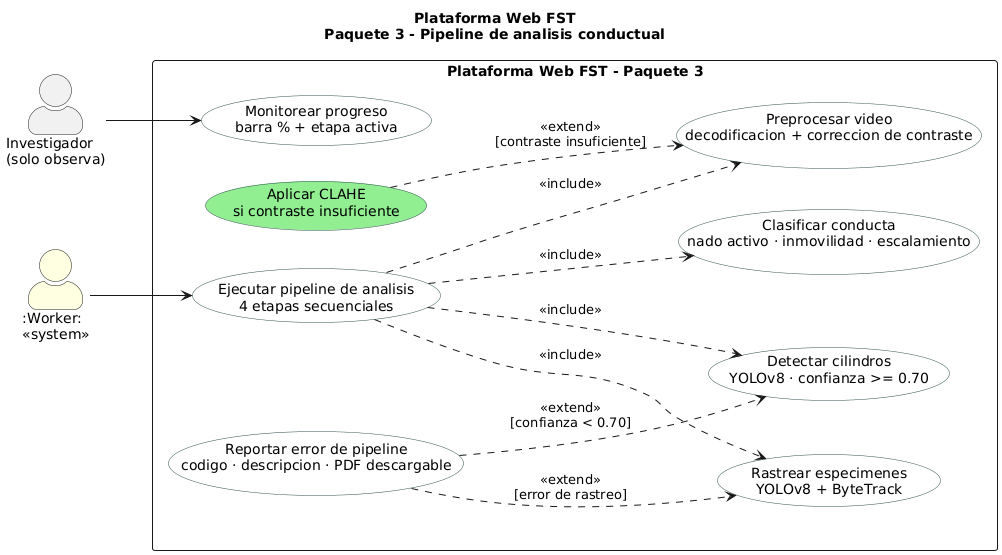
This is figures/mermaid/cu_paquete3.png from ErickJester/fst-ai-system-latex, a PlantUML export, as it was before one commit. Source of this version:
```plantuml
@startuml "Figura-5.4c-Paquete3"
title Plataforma Web FST\nPaquete 3 - Pipeline de analisis conductual
left to right direction
skinparam packageStyle rectangle
skinparam actorStyle awesome
skinparam usecase {
  BackgroundColor White
  BorderColor DarkSlateGray
}
actor "Investigador\n(solo observa)" as INV
actor ":Worker:\n<<system>>" as WRK #LightYellow
rectangle "Plataforma Web FST - Paquete 3" {
  usecase "Ejecutar pipeline de analisis\n4 etapas secuenciales" as UC30
  usecase "Preprocesar video\ndecodificacion + correccion de contraste" as UC31
  usecase "Aplicar CLAHE\nsi contraste insuficiente" as UC31a #LightGreen
  usecase "Detectar cilindros\nYOLOv8 · confianza >= 0.70" as UC32
  usecase "Rastrear especimenes\nYOLOv8 + ByteTrack" as UC33
  usecase "Clasificar conducta\nnado activo · inmovilidad · escalamiento" as UC34
  usecase "Monitorear progreso\nbarra % + etapa activa" as UC35
  usecase "Reportar error de pipeline\ncodigo · descripcion · PDF descargable" as UC36
}
WRK --> UC30
INV --> UC35
UC30 ..> UC31 : <<include>>
UC30 ..> UC32 : <<include>>
UC30 ..> UC33 : <<include>>
UC30 ..> UC34 : <<include>>
UC31a ..> UC31 : <<extend>>\n[contraste insuficiente]
UC36  ..> UC32 : <<extend>>\n[confianza < 0.70]
UC36  ..> UC33 : <<extend>>\n[error de rastreo]
@enduml
```
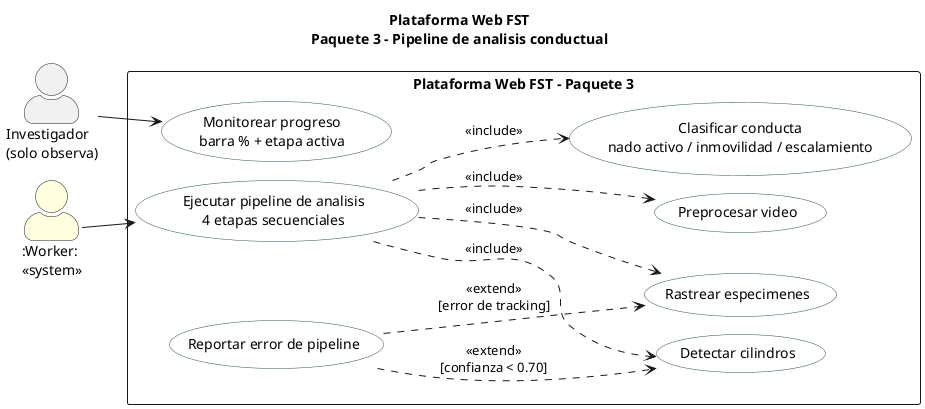
Above is the later version.

Diff of the diagram source:
```diff
@@ -1,4 +1,5 @@
-@startuml "Figura-5.4c-Paquete3"
+@startuml
+!pragma layout smetana
 title Plataforma Web FST\nPaquete 3 - Pipeline de analisis conductual
 left to right direction
 skinparam packageStyle rectangle
@@ -11,13 +12,12 @@
 actor ":Worker:\n<<system>>" as WRK #LightYellow
 rectangle "Plataforma Web FST - Paquete 3" {
   usecase "Ejecutar pipeline de analisis\n4 etapas secuenciales" as UC30
-  usecase "Preprocesar video\ndecodificacion + correccion de contraste" as UC31
-  usecase "Aplicar CLAHE\nsi contraste insuficiente" as UC31a #LightGreen
-  usecase "Detectar cilindros\nYOLOv8 · confianza >= 0.70" as UC32
-  usecase "Rastrear especimenes\nYOLOv8 + ByteTrack" as UC33
-  usecase "Clasificar conducta\nnado activo · inmovilidad · escalamiento" as UC34
+  usecase "Preprocesar video" as UC31
+  usecase "Detectar cilindros" as UC32
+  usecase "Rastrear especimenes" as UC33
+  usecase "Clasificar conducta\nnado activo / inmovilidad / escalamiento" as UC34
   usecase "Monitorear progreso\nbarra % + etapa activa" as UC35
-  usecase "Reportar error de pipeline\ncodigo · descripcion · PDF descargable" as UC36
+  usecase "Reportar error de pipeline" as UC36
 }
 WRK --> UC30
 INV --> UC35
@@ -25,7 +25,6 @@
 UC30 ..> UC32 : <<include>>
 UC30 ..> UC33 : <<include>>
 UC30 ..> UC34 : <<include>>
-UC31a ..> UC31 : <<extend>>\n[contraste insuficiente]
-UC36  ..> UC32 : <<extend>>\n[confianza < 0.70]
-UC36  ..> UC33 : <<extend>>\n[error de rastreo]
+UC36 ..> UC32 : <<extend>>\n[confianza < 0.70]
+UC36 ..> UC33 : <<extend>>\n[error de tracking]
 @enduml
```
